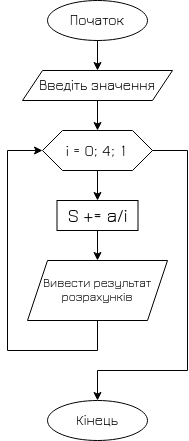
Before: Лабораторна робота #4/Завдання #2. Блок схема (Сумма).png, a diagram exported from draw.io (H4WG/CppLabs). Source tidied: cells renumbered, new cells last; positions are measured from the earlier drawing's top-left corner, leaving out a move shared by most shapes.
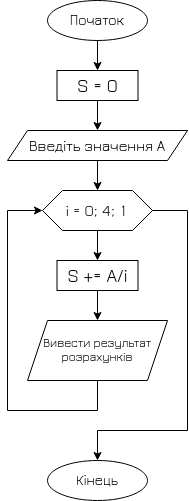
After the commit.

Commit message:
Виправлення помилок

Diff of the diagram source:
```diff
@@ -3,15 +3,15 @@
     <mxCell id="0" />
     <mxCell id="1" parent="0" />
     <mxCell id="2" value="Початок" style="ellipse;whiteSpace=wrap;html=1;fontSize=14;" parent="1" vertex="1">
-      <mxGeometry x="40" width="100" height="40" as="geometry" />
+      <mxGeometry x="40" y="-60" width="100" height="40" as="geometry" />
     </mxCell>
-    <mxCell id="3" style="endArrow=classic;html=1;fontSize=14;entryX=0.5;entryY=0;entryDx=0;entryDy=0;exitX=0.5;exitY=1;exitDx=0;exitDy=0;" parent="1" edge="1" source="2" target="12">
+    <mxCell id="3" style="endArrow=classic;html=1;fontSize=14;entryX=0.5;entryY=0;entryDx=0;entryDy=0;exitX=0.5;exitY=1;exitDx=0;exitDy=0;" parent="1" edge="1" source="2" target="20">
       <mxGeometry relative="1" as="geometry" />
     </mxCell>
     <mxCell id="4" value="Кінець" style="ellipse;whiteSpace=wrap;html=1;fontSize=14;" parent="1" vertex="1">
       <mxGeometry x="40" y="400" width="100" height="40" as="geometry" />
     </mxCell>
-    <mxCell id="5" value="&lt;font style=&quot;font-size: 19px&quot;&gt;S += a/i&lt;br&gt;&lt;/font&gt;" style="whiteSpace=wrap;html=1;fontSize=20;" parent="1" vertex="1">
+    <mxCell id="5" value="&lt;font style=&quot;font-size: 19px&quot;&gt;S += A/i&lt;br&gt;&lt;/font&gt;" style="whiteSpace=wrap;html=1;fontSize=20;" parent="1" vertex="1">
       <mxGeometry x="49.5" y="200" width="81" height="30" as="geometry" />
     </mxCell>
     <mxCell id="6" style="endArrow=classic;html=1;exitX=0.5;exitY=1;exitDx=0;exitDy=0;" parent="1" edge="1">
@@ -43,8 +43,8 @@
         <mxPoint y="150" as="sourcePoint" />
       </mxGeometry>
     </mxCell>
-    <mxCell id="12" value="&lt;font style=&quot;font-size: 14px&quot;&gt;Введіть значення&lt;/font&gt;" style="shape=parallelogram;perimeter=parallelogramPerimeter;whiteSpace=wrap;html=1;fixedSize=1;" parent="1" vertex="1">
-      <mxGeometry x="15" y="70" width="150" height="30" as="geometry" />
+    <mxCell id="12" value="&lt;font style=&quot;font-size: 15px&quot;&gt;Введіть значення&lt;/font&gt;&lt;font style=&quot;font-size: 15px&quot;&gt; A&lt;br&gt;&lt;/font&gt;" style="shape=parallelogram;perimeter=parallelogramPerimeter;whiteSpace=wrap;html=1;fixedSize=1;" parent="1" vertex="1">
+      <mxGeometry y="70" width="180" height="30" as="geometry" />
     </mxCell>
     <mxCell id="13" value="&lt;font style=&quot;font-size: 16px&quot;&gt;i = 0; 4; 1&lt;br&gt;&lt;/font&gt;" style="shape=hexagon;perimeter=hexagonPerimeter2;whiteSpace=wrap;html=1;fixedSize=1;" parent="1" vertex="1">
       <mxGeometry x="35" y="130" width="110" height="40" as="geometry" />
@@ -82,5 +82,11 @@
         <mxPoint x="180" y="370" as="targetPoint" />
       </mxGeometry>
     </mxCell>
+    <mxCell id="20" value="&lt;font style=&quot;font-size: 19px&quot;&gt;S = 0&lt;br&gt;&lt;/font&gt;" style="whiteSpace=wrap;html=1;fontSize=20;" parent="1" vertex="1">
+      <mxGeometry x="49.5" y="10" width="81" height="30" as="geometry" />
+    </mxCell>
+    <mxCell id="21" style="endArrow=classic;html=1;fontSize=14;entryX=0.5;entryY=0;entryDx=0;entryDy=0;exitX=0.5;exitY=1;exitDx=0;exitDy=0;" parent="1" edge="1" source="20" target="12">
+      <mxGeometry relative="1" as="geometry" />
+    </mxCell>
   </root>
 </mxGraphModel>
```
